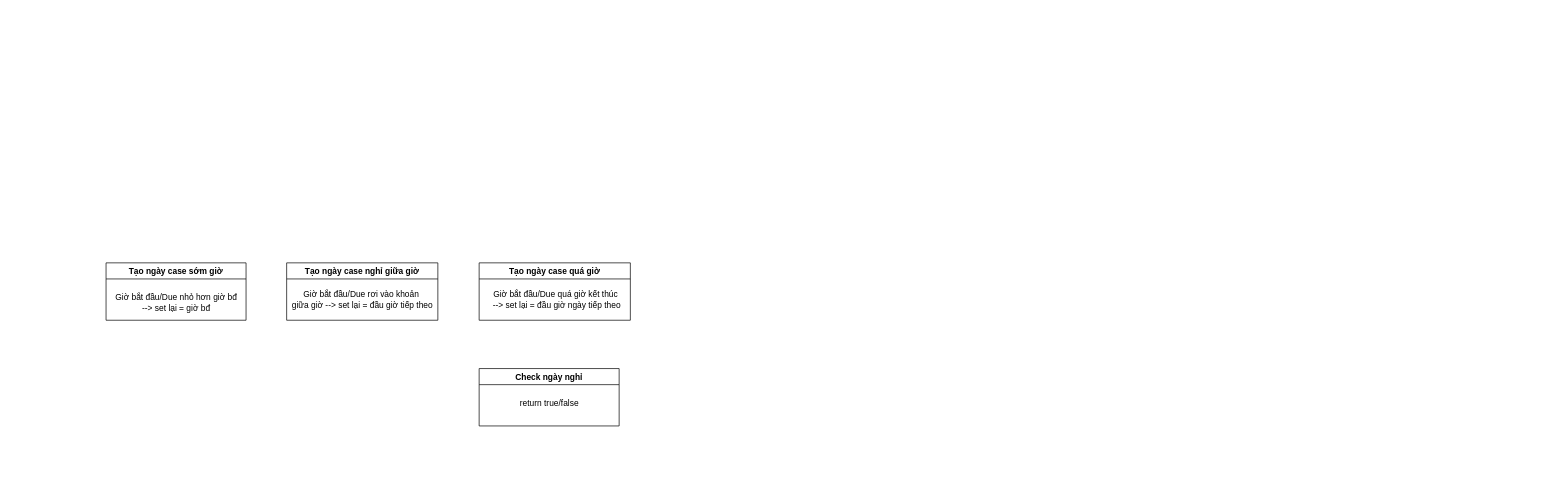
Above: timesheet temp.drawio in mitgaming/drawio (draw.io), before the change. Source tidied: cells renumbered, new cells numbered last; positions are measured from the earlier drawing's top-left corner, leaving out a move shared by most shapes. Both pictures are drawn from the tidied source at 70%, with x=0, y=0 at pixel (106, 262).
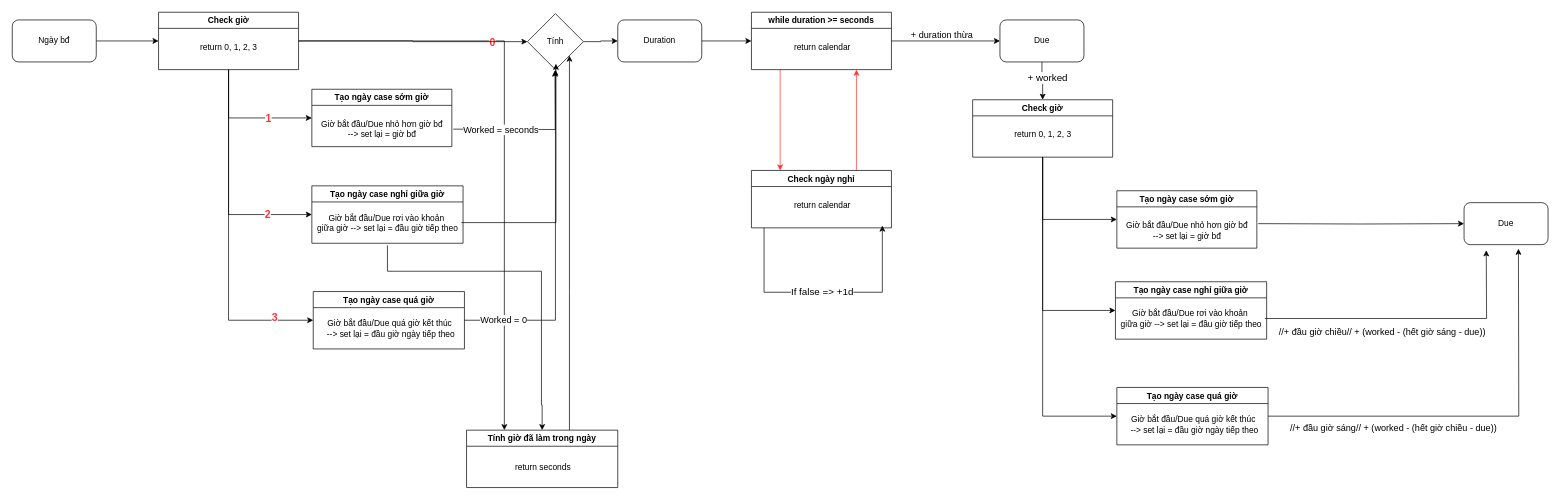
The same page after the edit.

Commit message:
Cập nhật timesheet temp.drawio

Unchanged cells that the change refers to:
```xml
<mxCell id="5" value="Giờ bắt đầu/Due rơi vào khoản&amp;nbsp;&lt;br&gt;giữa giờ --&amp;gt; set lại = đầu giờ tiếp theo" style="text;html=1;align=center;verticalAlign=middle;points=[];strokeColor=none;" parent="4" vertex="1">
  <mxGeometry x="2.5" y="37" width="211" height="31" as="geometry" />
</mxCell>
```

Diff of the diagram source:
```diff
@@
     <mxCell id="2" value="Tạo ngày case sớm giờ" style="swimlane;" parent="1" vertex="1">
-      <mxGeometry width="200" height="82" as="geometry" />
+      <mxGeometry x="294" y="-248" width="200" height="82" as="geometry" />
     </mxCell>
@@
     <mxCell id="4" value="Tạo ngày case nghỉ giữa giờ" style="swimlane;" parent="1" vertex="1">
-      <mxGeometry x="258" width="216" height="82" as="geometry" />
+      <mxGeometry x="294" y="-110" width="216" height="82" as="geometry" />
     </mxCell>
@@
+    <mxCell id="10" style="edgeStyle=orthogonalEdgeStyle;rounded=0;jettySize=auto;html=1;entryX=0.5;entryY=1;entryDx=0;entryDy=0;" parent="1" edge="1" source="6" target="35">
+      <mxGeometry relative="1" as="geometry">
+        <Array as="points">
+          <mxPoint x="642" y="82" />
+        </Array>
+      </mxGeometry>
+    </mxCell>
     <mxCell id="6" value="Tạo ngày case quá giờ" style="swimlane;" parent="1" vertex="1">
-      <mxGeometry x="533" width="216" height="82" as="geometry" />
+      <mxGeometry x="296" y="41" width="216" height="82" as="geometry" />
     </mxCell>
@@
+    <mxCell id="11" style="edgeStyle=orthogonalEdgeStyle;rounded=0;jettySize=auto;html=1;strokeColor=#FF3333;" parent="1" edge="1" source="8" target="30">
+      <mxGeometry relative="1" as="geometry">
+        <Array as="points">
+          <mxPoint x="963" y="-217" />
+          <mxPoint x="963" y="-217" />
+        </Array>
+      </mxGeometry>
+    </mxCell>
+    <mxCell id="12" style="edgeStyle=orthogonalEdgeStyle;rounded=0;jettySize=auto;html=1;entryX=0;entryY=0.5;entryDx=0;entryDy=0;strokeColor=#000000;" parent="1" edge="1" source="8" target="45">
+      <mxGeometry relative="1" as="geometry" />
+    </mxCell>
+    <mxCell id="13" value="&lt;font style=&quot;font-size: 13px&quot;&gt;+ duration thừa&lt;/font&gt;" style="edgeLabel;html=1;align=center;verticalAlign=middle;" parent="12" vertex="1">
+      <mxGeometry x="-0.19" y="1" relative="1" as="geometry">
+        <mxPoint x="8" y="-9" as="offset" />
+      </mxGeometry>
+    </mxCell>
-    <mxCell id="8" value="Check ngày nghỉ" style="swimlane;" parent="1" vertex="1">
-      <mxGeometry x="533" y="151" width="200" height="82" as="geometry" />
+    <mxCell id="8" value="while duration &gt;= seconds" style="swimlane;" parent="1" vertex="1">
+      <mxGeometry x="922" y="-358" width="200" height="82" as="geometry" />
     </mxCell>
-    <mxCell id="9" value="return true/false" style="text;html=1;align=center;verticalAlign=middle;strokeColor=none;" parent="8" vertex="1">
-      <mxGeometry x="53" y="41" width="94" height="18" as="geometry" />
+    <mxCell id="9" value="return calendar" style="text;html=1;align=center;verticalAlign=middle;strokeColor=none;" parent="8" vertex="1">
+      <mxGeometry x="55" y="41" width="91" height="18" as="geometry" />
     </mxCell>
+    <mxCell id="14" style="edgeStyle=orthogonalEdgeStyle;rounded=0;jettySize=auto;html=1;entryX=0;entryY=0.5;entryDx=0;entryDy=0;" parent="1" edge="1" source="15" target="25">
+      <mxGeometry relative="1" as="geometry" />
+    </mxCell>
+    <mxCell id="15" value="Ngày bđ" style="rounded=1;whiteSpace=wrap;html=1;" parent="1" vertex="1">
+      <mxGeometry x="-134" y="-347" width="120" height="60" as="geometry" />
+    </mxCell>
+    <mxCell id="16" style="edgeStyle=orthogonalEdgeStyle;rounded=0;jettySize=auto;html=1;entryX=0;entryY=0.5;entryDx=0;entryDy=0;" parent="1" edge="1" source="25" target="2">
+      <mxGeometry relative="1" as="geometry">
+        <Array as="points">
+          <mxPoint x="175" y="-207" />
+        </Array>
+      </mxGeometry>
+    </mxCell>
+    <mxCell id="17" value="&lt;font color=&quot;#ff3333&quot; size=&quot;1&quot;&gt;&lt;b style=&quot;font-size: 15px&quot;&gt;1&lt;/b&gt;&lt;/font&gt;" style="edgeLabel;html=1;align=center;verticalAlign=middle;" parent="16" vertex="1">
+      <mxGeometry x="-0.02" relative="1" as="geometry">
+        <mxPoint x="33" as="offset" />
+      </mxGeometry>
+    </mxCell>
+    <mxCell id="18" style="edgeStyle=orthogonalEdgeStyle;rounded=0;jettySize=auto;html=1;entryX=0;entryY=0.5;entryDx=0;entryDy=0;" parent="1" edge="1" source="25" target="4">
+      <mxGeometry relative="1" as="geometry">
+        <Array as="points">
+          <mxPoint x="175" y="-69" />
+        </Array>
+      </mxGeometry>
+    </mxCell>
+    <mxCell id="19" value="&lt;font color=&quot;#ff3333&quot; size=&quot;1&quot;&gt;&lt;b style=&quot;font-size: 15px&quot;&gt;2&lt;/b&gt;&lt;/font&gt;" style="edgeLabel;html=1;align=center;verticalAlign=middle;" parent="18" vertex="1">
+      <mxGeometry x="0.15" y="-1" relative="1" as="geometry">
+        <mxPoint x="56" y="19" as="offset" />
+      </mxGeometry>
+    </mxCell>
+    <mxCell id="20" style="edgeStyle=orthogonalEdgeStyle;rounded=0;jettySize=auto;html=1;" parent="1" edge="1" source="25" target="6">
+      <mxGeometry relative="1" as="geometry">
+        <Array as="points">
+          <mxPoint x="175" y="82" />
+        </Array>
+      </mxGeometry>
+    </mxCell>
+    <mxCell id="21" value="&lt;font style=&quot;font-size: 15px&quot; color=&quot;#ff3333&quot;&gt;&lt;b&gt;3&lt;/b&gt;&lt;/font&gt;" style="edgeLabel;html=1;align=center;verticalAlign=middle;" parent="20" vertex="1">
+      <mxGeometry x="-0.43" y="2" relative="1" as="geometry">
+        <mxPoint x="63" y="216" as="offset" />
+      </mxGeometry>
+    </mxCell>
+    <mxCell id="22" style="edgeStyle=orthogonalEdgeStyle;rounded=0;jettySize=auto;html=1;entryX=0.25;entryY=0;entryDx=0;entryDy=0;" parent="1" edge="1" source="25" target="40">
+      <mxGeometry relative="1" as="geometry">
+        <Array as="points">
+          <mxPoint x="569" y="-317" />
+        </Array>
+      </mxGeometry>
+    </mxCell>
+    <mxCell id="23" value="&lt;font size=&quot;1&quot; color=&quot;#ff3333&quot;&gt;&lt;b style=&quot;font-size: 15px&quot;&gt;0&lt;/b&gt;&lt;/font&gt;" style="edgeLabel;html=1;align=center;verticalAlign=middle;" parent="22" vertex="1">
+      <mxGeometry x="-0.35" y="-1" relative="1" as="geometry" />
+    </mxCell>
+    <mxCell id="24" style="edgeStyle=orthogonalEdgeStyle;rounded=0;jettySize=auto;html=1;strokeColor=#000000;" parent="1" edge="1" source="25" target="35">
+      <mxGeometry relative="1" as="geometry" />
+    </mxCell>
+    <mxCell id="25" value="Check giờ" style="swimlane;" parent="1" vertex="1">
+      <mxGeometry x="75" y="-358" width="200" height="82" as="geometry" />
+    </mxCell>
+    <mxCell id="26" value="return 0, 1, 2, 3" style="text;html=1;align=center;verticalAlign=middle;strokeColor=none;" parent="25" vertex="1">
+      <mxGeometry x="54" y="41" width="92" height="18" as="geometry" />
+    </mxCell>
+    <mxCell id="27" style="edgeStyle=orthogonalEdgeStyle;rounded=0;jettySize=auto;html=1;entryX=0.75;entryY=1;entryDx=0;entryDy=0;strokeColor=#FF3333;exitX=0.75;exitY=0;exitDx=0;exitDy=0;" parent="1" edge="1" source="30" target="8">
+      <mxGeometry relative="1" as="geometry">
+        <Array as="points">
+          <mxPoint x="1072" y="-132" />
+          <mxPoint x="1072" y="-276" />
+        </Array>
+      </mxGeometry>
+    </mxCell>
+    <mxCell id="28" style="edgeStyle=orthogonalEdgeStyle;rounded=0;jettySize=auto;html=1;strokeColor=#000000;" parent="1" edge="1" source="30">
+      <mxGeometry relative="1" as="geometry">
+        <mxPoint x="1109" y="-53.2" as="targetPoint" />
+        <Array as="points">
+          <mxPoint x="940" y="42" />
+          <mxPoint x="1109" y="42" />
+        </Array>
+      </mxGeometry>
+    </mxCell>
+    <mxCell id="29" value="&lt;font style=&quot;font-size: 14px&quot;&gt;If false =&amp;gt; +1d&lt;/font&gt;" style="edgeLabel;html=1;align=center;verticalAlign=middle;" parent="28" vertex="1">
+      <mxGeometry x="-0.15" y="-5" relative="1" as="geometry">
+        <mxPoint x="23" y="-6" as="offset" />
+      </mxGeometry>
+    </mxCell>
+    <mxCell id="30" value="Check ngày nghỉ" style="swimlane;" parent="1" vertex="1">
+      <mxGeometry x="922" y="-132" width="200" height="82" as="geometry" />
+    </mxCell>
+    <mxCell id="31" value="return calendar" style="text;html=1;align=center;verticalAlign=middle;strokeColor=none;" parent="30" vertex="1">
+      <mxGeometry x="55" y="41" width="91" height="18" as="geometry" />
+    </mxCell>
+    <mxCell id="32" style="edgeStyle=orthogonalEdgeStyle;rounded=0;jettySize=auto;html=1;entryX=0;entryY=0.5;entryDx=0;entryDy=0;" parent="1" edge="1" source="33" target="8">
+      <mxGeometry relative="1" as="geometry" />
+    </mxCell>
+    <mxCell id="33" value="Duration" style="rounded=1;whiteSpace=wrap;html=1;" parent="1" vertex="1">
+      <mxGeometry x="731" y="-347" width="120" height="60" as="geometry" />
+    </mxCell>
+    <mxCell id="34" style="edgeStyle=orthogonalEdgeStyle;rounded=0;jettySize=auto;html=1;entryX=0;entryY=0.5;entryDx=0;entryDy=0;strokeColor=#000000;" parent="1" edge="1" source="35" target="33">
+      <mxGeometry relative="1" as="geometry" />
+    </mxCell>
+    <mxCell id="35" value="Tính" style="rhombus;whiteSpace=wrap;html=1;" parent="1" vertex="1">
+      <mxGeometry x="602" y="-356" width="80" height="80" as="geometry" />
+    </mxCell>
+    <mxCell id="36" style="edgeStyle=orthogonalEdgeStyle;rounded=0;orthogonalLoop=1;jettySize=auto;html=1;strokeColor=#000000;" parent="1" edge="1">
+      <mxGeometry relative="1" as="geometry">
+        <mxPoint x="496" y="-191" as="sourcePoint" />
+        <mxPoint x="641.3" y="-274.6" as="targetPoint" />
+      </mxGeometry>
+    </mxCell>
+    <mxCell id="37" value="&lt;font style=&quot;font-size: 13px&quot;&gt;Worked = seconds&lt;/font&gt;" style="edgeLabel;html=1;align=center;verticalAlign=middle;" parent="36" vertex="1">
+      <mxGeometry x="-0.57" y="-1" relative="1" as="geometry">
+        <mxPoint x="19" y="-1" as="offset" />
+      </mxGeometry>
+    </mxCell>
+    <mxCell id="38" value="&lt;font style=&quot;font-size: 13px&quot;&gt;Worked = 0&lt;/font&gt;" style="edgeLabel;html=1;align=center;verticalAlign=middle;" parent="1" vertex="1">
+      <mxGeometry x="567" y="81" as="geometry" />
+    </mxCell>
+    <mxCell id="39" style="edgeStyle=orthogonalEdgeStyle;rounded=0;jettySize=auto;html=1;entryX=1;entryY=1;entryDx=0;entryDy=0;strokeColor=#000000;" parent="1" edge="1" source="40" target="35">
+      <mxGeometry relative="1" as="geometry">
+        <Array as="points">
+          <mxPoint x="662" y="42" />
+          <mxPoint x="662" y="42" />
+        </Array>
+      </mxGeometry>
+    </mxCell>
+    <mxCell id="40" value="Tính giờ đã làm trong ngày" style="swimlane;" parent="1" vertex="1">
+      <mxGeometry x="515" y="239" width="216" height="82" as="geometry" />
+    </mxCell>
+    <mxCell id="41" value="return seconds" style="text;html=1;align=center;verticalAlign=middle;strokeColor=none;" parent="40" vertex="1">
+      <mxGeometry x="64.5" y="44" width="89" height="18" as="geometry" />
+    </mxCell>
+    <mxCell id="42" style="edgeStyle=orthogonalEdgeStyle;rounded=0;jettySize=auto;html=1;entryX=0.5;entryY=0;entryDx=0;entryDy=0;strokeColor=#000000;" parent="1" edge="1" target="40">
+      <mxGeometry relative="1" as="geometry">
+        <mxPoint x="402" y="-25" as="sourcePoint" />
+        <Array as="points">
+          <mxPoint x="402" y="12" />
+          <mxPoint x="622" y="12" />
+          <mxPoint x="622" y="203" />
+        </Array>
+      </mxGeometry>
+    </mxCell>
+    <mxCell id="43" style="edgeStyle=orthogonalEdgeStyle;rounded=0;jettySize=auto;html=1;entryX=0.509;entryY=0.895;entryDx=0;entryDy=0;entryPerimeter=0;strokeColor=#000000;" parent="1" edge="1" source="5" target="35">
+      <mxGeometry relative="1" as="geometry" />
+    </mxCell>
+    <mxCell id="44" style="edgeStyle=orthogonalEdgeStyle;rounded=0;jettySize=auto;html=1;strokeColor=#000000;" parent="1" edge="1" source="45" target="57">
+      <mxGeometry relative="1" as="geometry" />
+    </mxCell>
+    <mxCell id="45" value="Due" style="rounded=1;whiteSpace=wrap;html=1;" parent="1" vertex="1">
+      <mxGeometry x="1277" y="-347" width="120" height="60" as="geometry" />
+    </mxCell>
+    <mxCell id="46" value="Tạo ngày case sớm giờ" style="swimlane;" parent="1" vertex="1">
+      <mxGeometry x="1444" y="-103" width="200" height="82" as="geometry" />
+    </mxCell>
+    <mxCell id="47" value="Giờ bắt đầu/Due nhỏ hơn giờ bđ &lt;br&gt;--&amp;gt; set lại = giờ bđ" style="text;html=1;align=center;verticalAlign=middle;strokeColor=none;" parent="46" vertex="1">
+      <mxGeometry x="8" y="41" width="184" height="31" as="geometry" />
+    </mxCell>
+    <mxCell id="48" value="Tạo ngày case nghỉ giữa giờ" style="swimlane;" parent="1" vertex="1">
+      <mxGeometry x="1442" y="27" width="216" height="82" as="geometry" />
+    </mxCell>
+    <mxCell id="49" value="Giờ bắt đầu/Due rơi vào khoản&amp;nbsp;&lt;br&gt;giữa giờ --&amp;gt; set lại = đầu giờ tiếp theo" style="text;html=1;align=center;verticalAlign=middle;points=[];strokeColor=none;" parent="48" vertex="1">
+      <mxGeometry x="2.5" y="37" width="211" height="31" as="geometry" />
+    </mxCell>
+    <mxCell id="50" style="edgeStyle=orthogonalEdgeStyle;rounded=0;jettySize=auto;html=1;strokeColor=#000000;" parent="1" edge="1" source="52">
+      <mxGeometry relative="1" as="geometry">
+        <mxPoint x="2017.7" y="-20.1" as="targetPoint" />
+      </mxGeometry>
+    </mxCell>
+    <mxCell id="51" value="&lt;span style=&quot;font-size: 13px&quot;&gt;//+ đầu giờ sáng// + (worked - (hết giờ chiều - due))&lt;/span&gt;" style="edgeLabel;html=1;align=center;verticalAlign=middle;" parent="50" vertex="1">
+      <mxGeometry x="-0.56" y="3" relative="1" as="geometry">
+        <mxPoint x="47" y="19" as="offset" />
+      </mxGeometry>
+    </mxCell>
+    <mxCell id="52" value="Tạo ngày case quá giờ" style="swimlane;" parent="1" vertex="1">
+      <mxGeometry x="1444" y="178" width="216" height="82" as="geometry" />
+    </mxCell>
+    <mxCell id="53" value="Giờ bắt đầu/Due quá giờ kết thúc&lt;br&gt;&amp;nbsp;--&amp;gt; set lại = đầu giờ ngày tiếp theo" style="text;html=1;align=center;verticalAlign=middle;strokeColor=none;" parent="52" vertex="1">
+      <mxGeometry x="10.5" y="37" width="196" height="31" as="geometry" />
+    </mxCell>
+    <mxCell id="54" style="edgeStyle=orthogonalEdgeStyle;rounded=0;jettySize=auto;html=1;entryX=0;entryY=0.5;entryDx=0;entryDy=0;strokeColor=#000000;" parent="1" edge="1" source="57" target="46">
+      <mxGeometry relative="1" as="geometry">
+        <Array as="points">
+          <mxPoint x="1338" y="-62" />
+        </Array>
+      </mxGeometry>
+    </mxCell>
+    <mxCell id="55" style="edgeStyle=orthogonalEdgeStyle;rounded=0;jettySize=auto;html=1;entryX=0;entryY=0.5;entryDx=0;entryDy=0;strokeColor=#000000;" parent="1" edge="1" source="57" target="48">
+      <mxGeometry relative="1" as="geometry">
+        <Array as="points">
+          <mxPoint x="1338" y="68" />
+        </Array>
+      </mxGeometry>
+    </mxCell>
+    <mxCell id="56" style="edgeStyle=orthogonalEdgeStyle;rounded=0;jettySize=auto;html=1;entryX=0;entryY=0.5;entryDx=0;entryDy=0;strokeColor=#000000;" parent="1" edge="1" source="57" target="52">
+      <mxGeometry relative="1" as="geometry">
+        <Array as="points">
+          <mxPoint x="1338" y="219" />
+        </Array>
+      </mxGeometry>
+    </mxCell>
+    <mxCell id="57" value="Check giờ" style="swimlane;" parent="1" vertex="1">
+      <mxGeometry x="1238" y="-233" width="200" height="82" as="geometry" />
+    </mxCell>
+    <mxCell id="58" value="return 0, 1, 2, 3" style="text;html=1;align=center;verticalAlign=middle;strokeColor=none;" parent="57" vertex="1">
+      <mxGeometry x="54" y="41" width="92" height="18" as="geometry" />
+    </mxCell>
+    <mxCell id="59" value="&lt;font style=&quot;font-size: 14px&quot;&gt;+ worked&lt;/font&gt;" style="edgeLabel;html=1;align=center;verticalAlign=middle;" parent="1" vertex="1">
+      <mxGeometry x="1144" y="-135" as="geometry">
+        <mxPoint x="200" y="-130" as="offset" />
+      </mxGeometry>
+    </mxCell>
+    <mxCell id="60" value="Due" style="rounded=1;whiteSpace=wrap;html=1;" parent="1" vertex="1">
+      <mxGeometry x="1940" y="-86" width="120" height="60" as="geometry" />
+    </mxCell>
+    <mxCell id="61" style="edgeStyle=orthogonalEdgeStyle;rounded=0;jettySize=auto;html=1;strokeColor=#000000;" parent="1" edge="1" target="60">
+      <mxGeometry relative="1" as="geometry">
+        <mxPoint x="1646" y="-56" as="sourcePoint" />
+      </mxGeometry>
+    </mxCell>
+    <mxCell id="62" value="&lt;font style=&quot;font-size: 13px&quot;&gt;//+ đầu giờ chiều// + (worked - (hết giờ sáng - due))&lt;/font&gt;" style="edgeStyle=orthogonalEdgeStyle;rounded=0;jettySize=auto;html=1;strokeColor=#000000;" parent="1" edge="1" source="49">
+      <mxGeometry x="-0.19" y="-18" relative="1" as="geometry">
+        <mxPoint x="1971.7" y="-17.9" as="targetPoint" />
+        <mxPoint x="-1" as="offset" />
+      </mxGeometry>
+    </mxCell>
```
